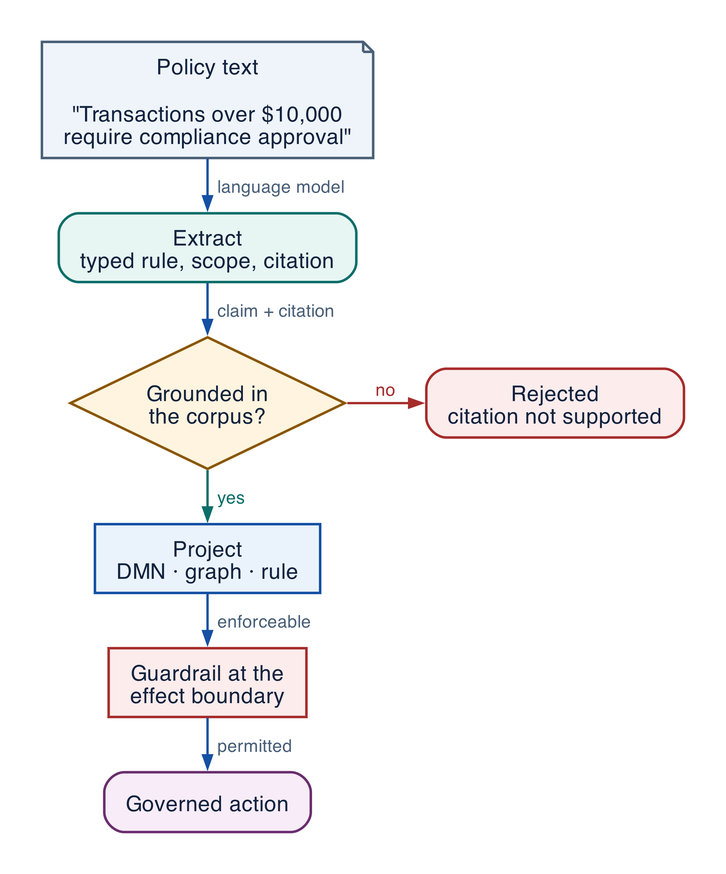
Earlier version of the Graphviz export assets/diagrams/policy-to-guardrail.png (rrahimi-uci/building-enterprise-general-intelligence). Its source is kept beside it as assets/diagrams/src/policy-to-guardrail.gv.
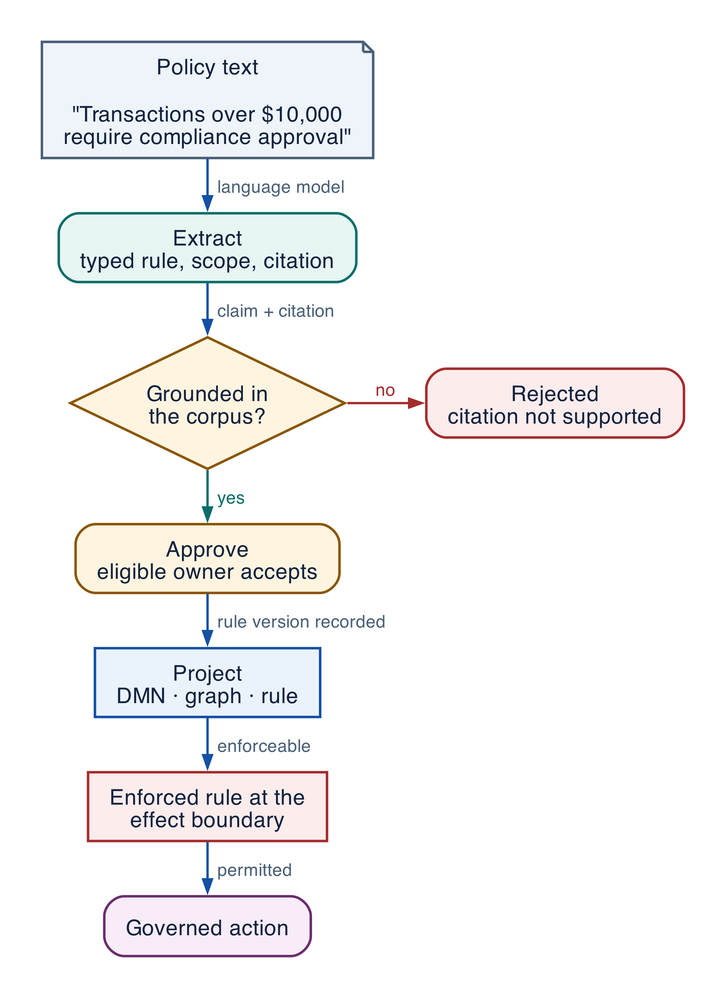
Later version of the same file.

The edit, as a diff of the source:
```diff
@@ -8,14 +8,16 @@
   prove [label="Grounded in\nthe corpus?", fillcolor="#FFF4DF", color="#8A5600", shape=diamond,
          style=filled, height=1.1, width=2.0]
   reject [label="Rejected\ncitation not supported", fillcolor="#FCECEC", color="#A62C2C"]
+  approve [label="Approve\neligible owner accepts", fillcolor="#FFF4DF", color="#8A5600"]
   project [label="Project\nDMN · graph · rule", fillcolor="#EAF3FB", color="#1450A3", style=filled]
-  guard [label="Guardrail at the\neffect boundary", fillcolor="#FCECEC", color="#A62C2C", style=filled]
+  guard [label="Enforced rule at the\neffect boundary", fillcolor="#FCECEC", color="#A62C2C", style=filled]
   action [label="Governed action", fillcolor="#F7ECF8", color="#6A2E6E"]
 
   policy -> extract [label="  language model  "]
   extract -> prove [label="  claim + citation  "]
   prove -> reject [label="  no  ", color="#A62C2C", fontcolor="#A62C2C"]
-  prove -> project [label="  yes  ", color="#0D6E69", fontcolor="#0D6E69"]
+  prove -> approve [label="  yes  ", color="#0D6E69", fontcolor="#0D6E69"]
+  approve -> project [label="  rule version recorded  "]
   project -> guard [label="  enforceable  "]
   guard -> action [label="  permitted  "]
 
```
